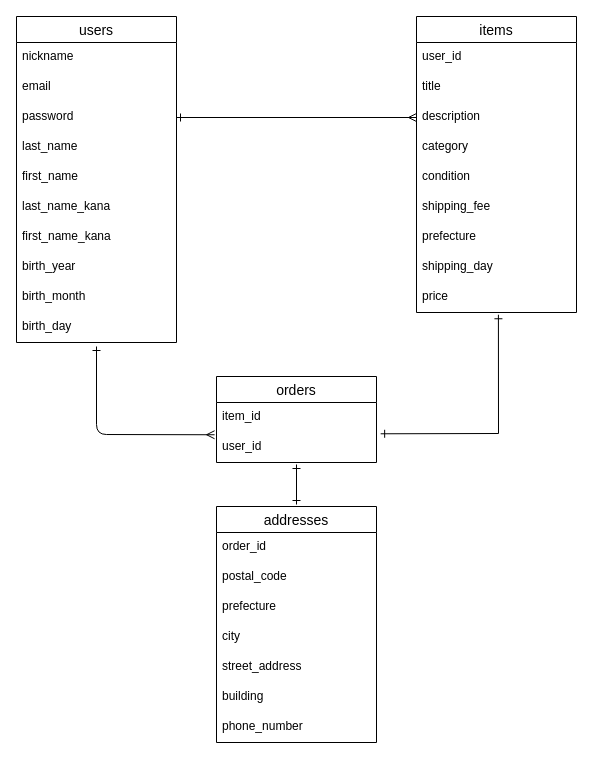
Earlier version of the draw.io diagram furuma.dio (oneplateosc/furima-40475). Source tidied: cells renumbered, new cells numbered last; positions are measured from the earlier drawing's top-left corner, leaving out a move shared by most shapes. Both pictures are drawn from the tidied source at 100%, with x=0, y=0 at pixel (16, 16).
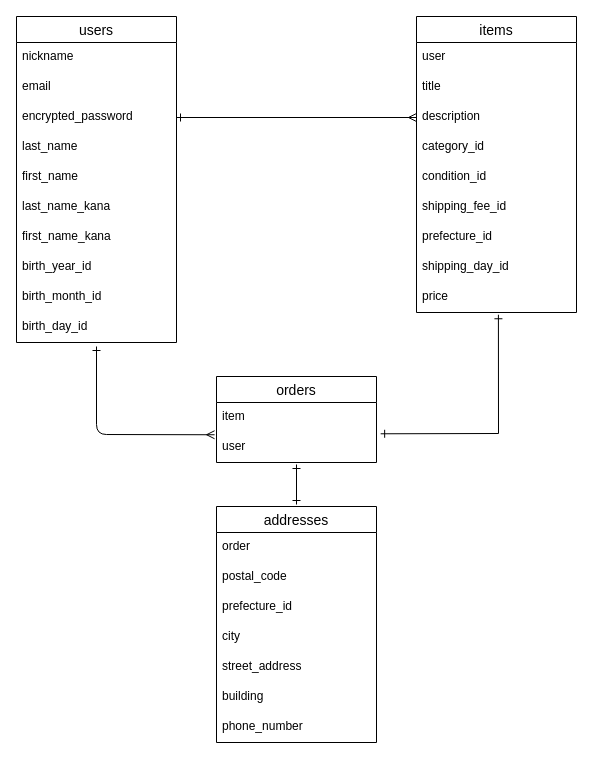
The same diagram, later.

Commit message (it also covers changes not shown here):
ER図、データベース設計3

The change refers to these unchanged cells:
```xml
<mxCell id="2" value="users" style="swimlane;fontStyle=0;horizontal=1;startSize=26;align=center;fontSize=14;" parent="1" vertex="1">
  <mxGeometry width="160" height="326" as="geometry" />
</mxCell>
<mxCell id="13" value="items" style="swimlane;fontStyle=0;horizontal=1;startSize=26;align=center;fontSize=14;" parent="1" vertex="1">
  <mxGeometry x="400" width="160" height="296" as="geometry" />
</mxCell>
<mxCell id="23" value="orders" style="swimlane;fontStyle=0;horizontal=1;startSize=26;align=center;fontSize=14;" parent="1" vertex="1">
  <mxGeometry x="200" y="360" width="160" height="86" as="geometry" />
</mxCell>
<mxCell id="29" value="addresses" style="swimlane;fontStyle=0;horizontal=1;startSize=26;align=center;fontSize=14;" parent="1" vertex="1">
  <mxGeometry x="200" y="490" width="160" height="236" as="geometry" />
</mxCell>
```

What changed in the source:
```diff
@@
-    <mxCell id="5" value="password" style="text;strokeColor=none;fillColor=none;spacingLeft=4;spacingRight=4;overflow=hidden;points=[[0,0.5],[1,0.5]];portConstraint=eastwest;fontSize=12;" parent="2" vertex="1">
+    <mxCell id="5" value="encrypted_password" style="text;strokeColor=none;fillColor=none;spacingLeft=4;spacingRight=4;overflow=hidden;points=[[0,0.5],[1,0.5]];portConstraint=eastwest;fontSize=12;" parent="2" vertex="1">
       <mxGeometry y="86" width="160" height="30" as="geometry" />
     </mxCell>
@@
-    <mxCell id="10" value="birth_year" style="text;strokeColor=none;fillColor=none;spacingLeft=4;spacingRight=4;overflow=hidden;fontSize=12;" parent="2" vertex="1">
+    <mxCell id="10" value="birth_year_id" style="text;strokeColor=none;fillColor=none;spacingLeft=4;spacingRight=4;overflow=hidden;fontSize=12;" parent="2" vertex="1">
       <mxGeometry y="236" width="160" height="30" as="geometry" />
     </mxCell>
-    <mxCell id="11" value="birth_month" style="text;strokeColor=none;fillColor=none;spacingLeft=4;spacingRight=4;overflow=hidden;fontSize=12;" parent="2" vertex="1">
+    <mxCell id="11" value="birth_month_id" style="text;strokeColor=none;fillColor=none;spacingLeft=4;spacingRight=4;overflow=hidden;fontSize=12;" parent="2" vertex="1">
       <mxGeometry y="266" width="160" height="30" as="geometry" />
     </mxCell>
-    <mxCell id="12" value="birth_day" style="text;strokeColor=none;fillColor=none;spacingLeft=4;spacingRight=4;overflow=hidden;fontSize=12;" parent="2" vertex="1">
+    <mxCell id="12" value="birth_day_id" style="text;strokeColor=none;fillColor=none;spacingLeft=4;spacingRight=4;overflow=hidden;fontSize=12;" parent="2" vertex="1">
       <mxGeometry y="296" width="160" height="30" as="geometry" />
     </mxCell>
@@
-    <mxCell id="14" value="user_id" style="text;strokeColor=none;fillColor=none;spacingLeft=4;spacingRight=4;overflow=hidden;fontSize=12;" parent="13" vertex="1">
+    <mxCell id="14" value="user" style="text;strokeColor=none;fillColor=none;spacingLeft=4;spacingRight=4;overflow=hidden;fontSize=12;" parent="13" vertex="1">
       <mxGeometry y="26" width="160" height="30" as="geometry" />
     </mxCell>
@@
-    <mxCell id="17" value="category" style="text;strokeColor=none;fillColor=none;spacingLeft=4;spacingRight=4;overflow=hidden;fontSize=12;" parent="13" vertex="1">
+    <mxCell id="17" value="category_id" style="text;strokeColor=none;fillColor=none;spacingLeft=4;spacingRight=4;overflow=hidden;fontSize=12;" parent="13" vertex="1">
       <mxGeometry y="116" width="160" height="30" as="geometry" />
     </mxCell>
-    <mxCell id="18" value="condition" style="text;strokeColor=none;fillColor=none;spacingLeft=4;spacingRight=4;overflow=hidden;fontSize=12;" parent="13" vertex="1">
+    <mxCell id="18" value="condition_id" style="text;strokeColor=none;fillColor=none;spacingLeft=4;spacingRight=4;overflow=hidden;fontSize=12;" parent="13" vertex="1">
       <mxGeometry y="146" width="160" height="30" as="geometry" />
     </mxCell>
-    <mxCell id="19" value="shipping_fee" style="text;strokeColor=none;fillColor=none;spacingLeft=4;spacingRight=4;overflow=hidden;fontSize=12;" parent="13" vertex="1">
+    <mxCell id="19" value="shipping_fee_id" style="text;strokeColor=none;fillColor=none;spacingLeft=4;spacingRight=4;overflow=hidden;fontSize=12;" parent="13" vertex="1">
       <mxGeometry y="176" width="160" height="30" as="geometry" />
     </mxCell>
-    <mxCell id="20" value="prefecture" style="text;strokeColor=none;fillColor=none;spacingLeft=4;spacingRight=4;overflow=hidden;fontSize=12;" parent="13" vertex="1">
+    <mxCell id="20" value="prefecture_id" style="text;strokeColor=none;fillColor=none;spacingLeft=4;spacingRight=4;overflow=hidden;fontSize=12;" parent="13" vertex="1">
       <mxGeometry y="206" width="160" height="30" as="geometry" />
     </mxCell>
-    <mxCell id="21" value="shipping_day" style="text;strokeColor=none;fillColor=none;spacingLeft=4;spacingRight=4;overflow=hidden;fontSize=12;" parent="13" vertex="1">
+    <mxCell id="21" value="shipping_day_id" style="text;strokeColor=none;fillColor=none;spacingLeft=4;spacingRight=4;overflow=hidden;fontSize=12;" parent="13" vertex="1">
       <mxGeometry y="236" width="160" height="30" as="geometry" />
     </mxCell>
@@
-    <mxCell id="24" value="item_id" style="text;strokeColor=none;fillColor=none;spacingLeft=4;spacingRight=4;overflow=hidden;points=[[0,0.5],[1,0.5]];portConstraint=eastwest;fontSize=12;" parent="23" vertex="1">
+    <mxCell id="24" value="item" style="text;strokeColor=none;fillColor=none;spacingLeft=4;spacingRight=4;overflow=hidden;points=[[0,0.5],[1,0.5]];portConstraint=eastwest;fontSize=12;" parent="23" vertex="1">
       <mxGeometry y="26" width="160" height="30" as="geometry" />
     </mxCell>
-    <mxCell id="25" value="user_id" style="text;strokeColor=none;fillColor=none;spacingLeft=4;spacingRight=4;overflow=hidden;points=[[0,0.5],[1,0.5]];portConstraint=eastwest;fontSize=12;" parent="23" vertex="1">
+    <mxCell id="25" value="user" style="text;strokeColor=none;fillColor=none;spacingLeft=4;spacingRight=4;overflow=hidden;points=[[0,0.5],[1,0.5]];portConstraint=eastwest;fontSize=12;" parent="23" vertex="1">
       <mxGeometry y="56" width="160" height="30" as="geometry" />
     </mxCell>
@@
-    <mxCell id="30" value="order_id" style="text;strokeColor=none;fillColor=none;spacingLeft=4;spacingRight=4;overflow=hidden;fontSize=12;" parent="29" vertex="1">
+    <mxCell id="30" value="order" style="text;strokeColor=none;fillColor=none;spacingLeft=4;spacingRight=4;overflow=hidden;fontSize=12;" parent="29" vertex="1">
       <mxGeometry y="26" width="160" height="30" as="geometry" />
     </mxCell>
@@
-    <mxCell id="32" value="prefecture" style="text;strokeColor=none;fillColor=none;spacingLeft=4;spacingRight=4;overflow=hidden;fontSize=12;" parent="29" vertex="1">
+    <mxCell id="32" value="prefecture_id" style="text;strokeColor=none;fillColor=none;spacingLeft=4;spacingRight=4;overflow=hidden;fontSize=12;" parent="29" vertex="1">
       <mxGeometry y="86" width="160" height="30" as="geometry" />
     </mxCell>
```
